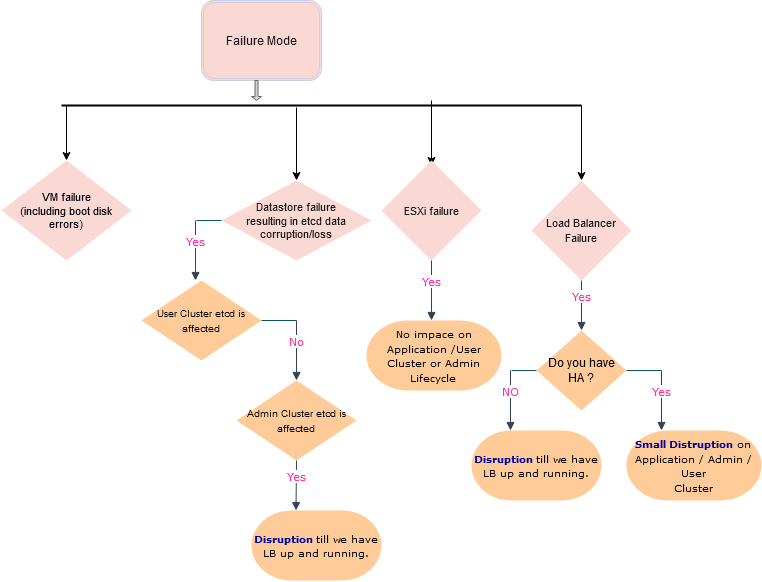
The draw.io diagram Untitled Diagram.png in prabhakarmishra/test, before a commit. Source tidied: cells renumbered, new cells last; positions are measured from the earlier drawing's top-left corner, leaving out a move shared by most shapes.
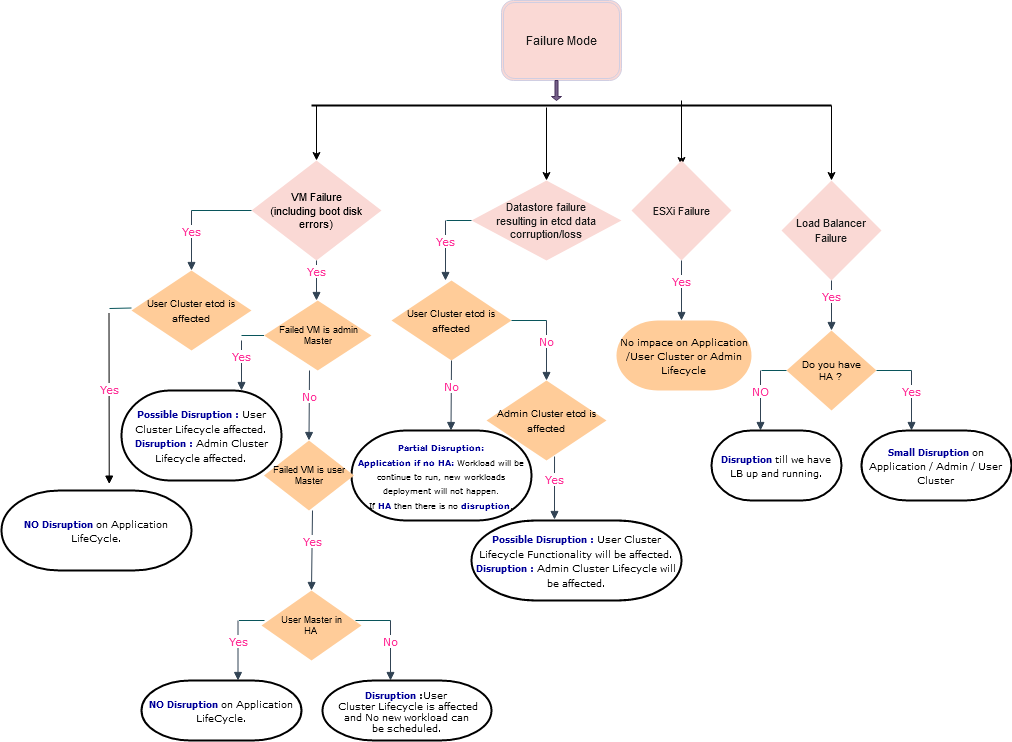
Later version of the same file.

The edit, as a diff of the source:
```diff
@@ -3,7 +3,7 @@
     <mxCell id="0" />
     <mxCell id="1" parent="0" />
     <mxCell id="2" value="&lt;font style=&quot;font-size: 12px&quot;&gt;Failure Mode&lt;/font&gt;" style="shape=ext;double=1;rounded=1;whiteSpace=wrap;html=1;sketch=0;strokeColor=#D0CEE2;fillColor=#FAD9D5;fontColor=#1A1A1A;" parent="1" vertex="1">
-      <mxGeometry x="200" width="120" height="80" as="geometry" />
+      <mxGeometry x="250" width="120" height="80" as="geometry" />
     </mxCell>
     <mxCell id="3" style="line;strokeWidth=2;html=1;rounded=0;sketch=0;fillColor=#FAD9D5;fontColor=#1A1A1A;" parent="1" vertex="1">
       <mxGeometry x="60" y="100" width="520" height="10" as="geometry" />
@@ -23,20 +23,20 @@
         <mxPoint x="430" y="165" as="targetPoint" />
       </mxGeometry>
     </mxCell>
-    <mxCell id="7" value="&lt;div style=&quot;font-size: 11px&quot;&gt;&lt;font style=&quot;font-size: 11px&quot;&gt;VM failure&lt;/font&gt;&lt;/div&gt;&lt;div style=&quot;font-size: 11px&quot;&gt;&lt;font style=&quot;font-size: 11px&quot;&gt;(including boot disk errors)&lt;/font&gt;&lt;/div&gt;" style="strokeWidth=2;html=1;shape=mxgraph.flowchart.decision;whiteSpace=wrap;rounded=0;sketch=0;fillColor=#fad9d5;strokeColor=none;" parent="1" vertex="1">
+    <mxCell id="7" value="&lt;div style=&quot;font-size: 11px&quot;&gt;&lt;font style=&quot;font-size: 11px&quot;&gt;VM Failure&lt;/font&gt;&lt;/div&gt;&lt;div style=&quot;font-size: 11px&quot;&gt;&lt;font style=&quot;font-size: 11px&quot;&gt;(including boot disk errors)&lt;/font&gt;&lt;/div&gt;" style="strokeWidth=2;html=1;shape=mxgraph.flowchart.decision;whiteSpace=wrap;rounded=0;sketch=0;fillColor=#fad9d5;strokeColor=none;" parent="1" vertex="1">
       <mxGeometry y="160" width="130" height="100" as="geometry" />
     </mxCell>
     <mxCell id="8" value="&lt;div style=&quot;font-size: 11px&quot;&gt;&lt;font style=&quot;font-size: 11px&quot;&gt;Datastore failure&lt;/font&gt;&lt;/div&gt;&lt;div style=&quot;font-size: 11px&quot;&gt;&lt;font style=&quot;font-size: 11px&quot;&gt;resulting in etcd data corruption/loss&lt;br&gt;&lt;/font&gt;&lt;/div&gt;" style="strokeWidth=2;html=1;shape=mxgraph.flowchart.decision;whiteSpace=wrap;rounded=0;sketch=0;fillColor=#FAD9D5;fontColor=#1A1A1A;strokeColor=none;" parent="1" vertex="1">
       <mxGeometry x="220" y="180" width="150" height="80" as="geometry" />
     </mxCell>
-    <mxCell id="9" value="&lt;font style=&quot;font-size: 11px&quot;&gt;ESXi failure&lt;/font&gt;" style="strokeWidth=2;html=1;shape=mxgraph.flowchart.decision;whiteSpace=wrap;rounded=0;sketch=0;fillColor=#FAD9D5;fontColor=#1A1A1A;strokeColor=none;" parent="1" vertex="1">
+    <mxCell id="9" value="&lt;font style=&quot;font-size: 11px&quot;&gt;ESXi Failure&lt;/font&gt;" style="strokeWidth=2;html=1;shape=mxgraph.flowchart.decision;whiteSpace=wrap;rounded=0;sketch=0;fillColor=#FAD9D5;fontColor=#1A1A1A;strokeColor=none;" parent="1" vertex="1">
       <mxGeometry x="380" y="160" width="100" height="100" as="geometry" />
     </mxCell>
     <mxCell id="10" value="&lt;font style=&quot;font-size: 11px&quot;&gt;Load Balancer Failure&lt;/font&gt;" style="strokeWidth=2;html=1;shape=mxgraph.flowchart.decision;whiteSpace=wrap;rounded=0;sketch=0;fillColor=#FAD9D5;fontColor=#1A1A1A;strokeColor=none;" parent="1" vertex="1">
       <mxGeometry x="530" y="180" width="100" height="100" as="geometry" />
     </mxCell>
-    <mxCell id="11" style="shape=singleArrow;direction=south;whiteSpace=wrap;html=1;rounded=0;sketch=0;strokeColor=#666666;fillColor=#f5f5f5;gradientColor=#b3b3b3;" parent="1" vertex="1">
-      <mxGeometry x="250" y="80" width="10" height="20" as="geometry" />
+    <mxCell id="11" style="shape=singleArrow;direction=south;whiteSpace=wrap;html=1;rounded=0;sketch=0;strokeColor=#432D57;fillColor=#76608a;fontColor=#ffffff;" parent="1" vertex="1">
+      <mxGeometry x="300" y="80" width="10" height="20" as="geometry" />
     </mxCell>
     <mxCell id="12" value="Yes" style="html=1;verticalAlign=bottom;endArrow=block;strokeColor=#314354;fontFamily=Verdana;fontColor=#FF3399;fillColor=#647687;" parent="1" edge="1">
       <mxGeometry relative="1" as="geometry">
@@ -44,7 +44,7 @@
         <mxPoint x="580" y="330" as="targetPoint" />
       </mxGeometry>
     </mxCell>
-    <mxCell id="13" value="&lt;div&gt;Do you have&lt;/div&gt;&lt;div&gt;HA ?&lt;br&gt;&lt;/div&gt;" style="strokeWidth=2;html=1;shape=mxgraph.flowchart.decision;whiteSpace=wrap;rounded=0;sketch=0;fillColor=#ffcc99;strokeColor=none;" parent="1" vertex="1">
+    <mxCell id="13" value="&lt;div style=&quot;font-size: 10px&quot;&gt;&lt;font style=&quot;font-size: 10px&quot;&gt;Do you have&lt;/font&gt;&lt;/div&gt;&lt;div style=&quot;font-size: 10px&quot;&gt;&lt;font style=&quot;font-size: 10px&quot;&gt;HA ?&lt;br&gt;&lt;/font&gt;&lt;/div&gt;" style="strokeWidth=2;html=1;shape=mxgraph.flowchart.decision;whiteSpace=wrap;rounded=0;sketch=0;fillColor=#ffcc99;strokeColor=none;" parent="1" vertex="1">
       <mxGeometry x="535" y="330" width="90" height="80" as="geometry" />
     </mxCell>
     <mxCell id="14" value="Yes" style="html=1;verticalAlign=bottom;endArrow=block;strokeColor=#314354;fontFamily=Verdana;fontColor=#FF3399;fillColor=#647687;" parent="1" edge="1">
@@ -69,11 +69,11 @@
         <mxPoint x="510" y="370" as="sourcePoint" />
       </mxGeometry>
     </mxCell>
-    <mxCell id="18" value="&lt;font style=&quot;font-size: 10px&quot;&gt;&lt;b&gt;&lt;font color=&quot;#000099&quot;&gt;Small Distruption&lt;/font&gt;&lt;/b&gt; on&lt;br&gt;&lt;font style=&quot;font-size: 10px&quot;&gt;Application / Admin / User&lt;/font&gt;&lt;br&gt;Cluster&lt;br&gt;&lt;/font&gt;" style="strokeWidth=2;html=1;shape=mxgraph.flowchart.terminator;whiteSpace=wrap;rounded=0;sketch=0;fontFamily=Verdana;fillColor=#ffcc99;strokeColor=none;" parent="1" vertex="1">
-      <mxGeometry x="625" y="430" width="135" height="70" as="geometry" />
+    <mxCell id="18" value="&lt;font style=&quot;font-size: 9px&quot;&gt;&lt;b&gt;&lt;font style=&quot;font-size: 9px&quot; color=&quot;#000099&quot;&gt;Small &lt;/font&gt;&lt;/b&gt;&lt;/font&gt;&lt;font style=&quot;font-size: 9px&quot;&gt;&lt;b&gt;&lt;font style=&quot;font-size: 9px&quot; color=&quot;#000099&quot;&gt;&lt;font style=&quot;font-size: 9px&quot;&gt;&lt;b&gt;&lt;font style=&quot;font-size: 9px&quot; color=&quot;#000099&quot;&gt;Disruption &lt;/font&gt;&lt;/b&gt;&lt;/font&gt;&lt;/font&gt;&lt;/b&gt;on&lt;br&gt;&lt;font style=&quot;font-size: 9px&quot;&gt;Application / Admin / User&lt;/font&gt;&lt;br&gt;Cluster&lt;br&gt;&lt;/font&gt;" style="strokeWidth=2;html=1;shape=mxgraph.flowchart.terminator;whiteSpace=wrap;rounded=0;sketch=0;fontFamily=Verdana;" parent="1" vertex="1">
+      <mxGeometry x="610" y="430" width="150" height="70" as="geometry" />
     </mxCell>
-    <mxCell id="19" value="&lt;font style=&quot;font-size: 10px&quot;&gt;&lt;font color=&quot;#000099&quot;&gt;&lt;b&gt;Disruption &lt;/b&gt;&lt;/font&gt;till we have&lt;br&gt;LB up and running.&lt;br&gt;&lt;/font&gt;" style="strokeWidth=2;html=1;shape=mxgraph.flowchart.terminator;whiteSpace=wrap;rounded=0;sketch=0;fontFamily=Verdana;fillColor=#ffcc99;strokeColor=none;" parent="1" vertex="1">
-      <mxGeometry x="470" y="430" width="130" height="70" as="geometry" />
+    <mxCell id="19" value="&lt;font style=&quot;font-size: 9px&quot;&gt;&lt;font style=&quot;font-size: 9px&quot; color=&quot;#000099&quot;&gt;&lt;b&gt;&lt;font style=&quot;font-size: 9px&quot;&gt;&lt;b&gt;&lt;font style=&quot;font-size: 9px&quot; color=&quot;#000099&quot;&gt;Disruption &lt;/font&gt;&lt;/b&gt;&lt;/font&gt;&lt;/b&gt;&lt;/font&gt;till we have&lt;br&gt;LB up and running.&lt;br&gt;&lt;/font&gt;" style="strokeWidth=2;html=1;shape=mxgraph.flowchart.terminator;whiteSpace=wrap;rounded=0;sketch=0;fontFamily=Verdana;" parent="1" vertex="1">
+      <mxGeometry x="460" y="430" width="130" height="70" as="geometry" />
     </mxCell>
     <mxCell id="20" value="Yes" style="html=1;verticalAlign=bottom;endArrow=block;strokeColor=#314354;fontFamily=Verdana;fontColor=#FF3399;fillColor=#647687;" parent="1" edge="1">
       <mxGeometry relative="1" as="geometry">
@@ -81,7 +81,7 @@
         <mxPoint x="430" y="320" as="targetPoint" />
       </mxGeometry>
     </mxCell>
-    <mxCell id="21" value="&lt;font style=&quot;font-size: 10px&quot;&gt;No impace on Application /User Cluster or Admin Lifecycle&lt;br&gt;&lt;/font&gt;" style="strokeWidth=2;html=1;shape=mxgraph.flowchart.terminator;whiteSpace=wrap;rounded=0;sketch=0;fontFamily=Verdana;fillColor=#ffcc99;strokeColor=none;" parent="1" vertex="1">
+    <mxCell id="21" value="&lt;font style=&quot;font-size: 9px&quot;&gt;&lt;font style=&quot;font-size: 9px&quot;&gt;No impace on Application /User Cluster or Admin Lifecycle&lt;/font&gt;&lt;br&gt;&lt;/font&gt;" style="strokeWidth=2;html=1;shape=mxgraph.flowchart.terminator;whiteSpace=wrap;rounded=0;sketch=0;fontFamily=Verdana;fillColor=#ffcc99;strokeColor=none;" parent="1" vertex="1">
       <mxGeometry x="365" y="320" width="135" height="70" as="geometry" />
     </mxCell>
     <mxCell id="22" style="html=1;labelBackgroundColor=#ffffff;endArrow=classic;endFill=1;endSize=6;jettySize=auto;strokeWidth=1;fontSize=14;entryX=0.5;entryY=0;entryDx=0;entryDy=0;entryPerimeter=0;" parent="1" edge="1" target="8">
@@ -119,13 +119,119 @@
     <mxCell id="28" value="&lt;font style=&quot;font-size: 10px&quot;&gt;Admin Cluster etcd is affected&lt;br&gt;&lt;/font&gt;" style="strokeWidth=2;html=1;shape=mxgraph.flowchart.decision;whiteSpace=wrap;rounded=0;sketch=0;fillColor=#ffcc99;strokeColor=none;" parent="1" vertex="1">
       <mxGeometry x="235" y="380" width="120" height="80" as="geometry" />
     </mxCell>
-    <mxCell id="29" value="Yes" style="html=1;verticalAlign=bottom;endArrow=block;strokeColor=#314354;fontFamily=Verdana;fontColor=#FF3399;fillColor=#647687;exitX=0.5;exitY=1;exitDx=0;exitDy=0;exitPerimeter=0;" parent="1" edge="1" source="28">
+    <mxCell id="29" value="Yes" style="html=1;verticalAlign=bottom;endArrow=block;strokeColor=#314354;fontFamily=Verdana;fontColor=#FF3399;fillColor=#647687;exitX=0.567;exitY=0.95;exitDx=0;exitDy=0;exitPerimeter=0;" parent="1" edge="1" source="28">
       <mxGeometry relative="1" as="geometry">
-        <mxPoint x="294.5" y="510" as="targetPoint" />
+        <mxPoint x="303" y="519" as="targetPoint" />
       </mxGeometry>
     </mxCell>
-    <mxCell id="30" value="&lt;font style=&quot;font-size: 10px&quot;&gt;&lt;font color=&quot;#000099&quot;&gt;&lt;b&gt;Disruption &lt;/b&gt;&lt;/font&gt;till we have&lt;br&gt;LB up and running.&lt;br&gt;&lt;/font&gt;" style="strokeWidth=2;html=1;shape=mxgraph.flowchart.terminator;whiteSpace=wrap;rounded=0;sketch=0;fontFamily=Verdana;fillColor=#ffcc99;strokeColor=none;" parent="1" vertex="1">
-      <mxGeometry x="250" y="510" width="130" height="70" as="geometry" />
+    <mxCell id="30" value="&lt;font style=&quot;font-size: 9px&quot;&gt;&lt;b&gt;&lt;font style=&quot;font-size: 9px&quot; color=&quot;#000099&quot;&gt;Possible Disruption : &lt;/font&gt;&lt;/b&gt;User Cluster Lifecycle Functionality will be affected.&lt;br&gt;&lt;font style=&quot;font-size: 9px&quot; color=&quot;#000099&quot;&gt;&lt;b&gt;Disruption :&lt;/b&gt;&lt;/font&gt; Admin Cluster Lifecycle will be affected.&lt;font style=&quot;font-size: 9px&quot;&gt;&lt;br&gt;&lt;/font&gt;&lt;/font&gt;" style="strokeWidth=2;html=1;shape=mxgraph.flowchart.terminator;whiteSpace=wrap;rounded=0;sketch=0;fontFamily=Verdana;" parent="1" vertex="1">
+      <mxGeometry x="220" y="520" width="210" height="80" as="geometry" />
     </mxCell>
+    <mxCell id="31" value="No" style="html=1;verticalAlign=bottom;endArrow=block;strokeColor=#314354;fontFamily=Verdana;fontColor=#FF3399;fillColor=#647687;exitX=0.5;exitY=1;exitDx=0;exitDy=0;exitPerimeter=0;" parent="1" edge="1" source="25">
+      <mxGeometry relative="1" as="geometry">
+        <mxPoint x="199.5" y="430" as="targetPoint" />
+      </mxGeometry>
+    </mxCell>
+    <mxCell id="32" value="&lt;font style=&quot;font-size: 8px&quot;&gt;&lt;b&gt;&lt;font style=&quot;font-size: 8px&quot; color=&quot;#000099&quot;&gt;Partial Disruption: &lt;/font&gt;&lt;/b&gt;&lt;br&gt;&lt;font style=&quot;font-size: 8px&quot; color=&quot;#000099&quot;&gt;&lt;b&gt;Application if no HA:&lt;/b&gt;&lt;/font&gt; Workload will be continue to run, new workloads deployment will not happen.&lt;br&gt;If &lt;b&gt;&lt;font style=&quot;font-size: 8px&quot; color=&quot;#000099&quot;&gt;HA &lt;/font&gt;&lt;/b&gt;then there is no &lt;b&gt;&lt;font style=&quot;font-size: 8px&quot; color=&quot;#000099&quot;&gt;disruption&lt;/font&gt;&lt;/b&gt;.&lt;/font&gt;" style="strokeWidth=2;html=1;shape=mxgraph.flowchart.terminator;whiteSpace=wrap;rounded=0;sketch=0;fontFamily=Verdana;" parent="1" vertex="1">
+      <mxGeometry x="100" y="430" width="180" height="90" as="geometry" />
+    </mxCell>
+    <mxCell id="33" value="&lt;div style=&quot;font-size: 9px&quot;&gt;&lt;font style=&quot;font-size: 9px&quot;&gt;Failed VM is admin&lt;/font&gt;&lt;/div&gt;&lt;div style=&quot;font-size: 9px&quot;&gt;&lt;font style=&quot;font-size: 9px&quot;&gt;Master&lt;br&gt;&lt;/font&gt;&lt;/div&gt;" style="strokeWidth=2;html=1;shape=mxgraph.flowchart.decision;whiteSpace=wrap;rounded=0;sketch=0;fillColor=#ffcc99;strokeColor=none;" parent="1" vertex="1">
+      <mxGeometry x="12.5" y="300" width="107.5" height="70" as="geometry" />
+    </mxCell>
+    <mxCell id="34" value="Yes" style="html=1;verticalAlign=bottom;endArrow=block;strokeColor=#314354;fontFamily=Verdana;fontColor=#FF3399;fillColor=#647687;" parent="1" edge="1">
+      <mxGeometry relative="1" as="geometry">
+        <mxPoint x="65" y="260" as="sourcePoint" />
+        <mxPoint x="65" y="300" as="targetPoint" />
+      </mxGeometry>
+    </mxCell>
+    <mxCell id="35" value="Yes" style="html=1;verticalAlign=bottom;endArrow=block;strokeColor=#314354;fontFamily=Verdana;fontColor=#FF3399;fillColor=#647687;" parent="1" edge="1">
+      <mxGeometry relative="1" as="geometry">
+        <mxPoint x="-60" y="210" as="sourcePoint" />
+        <mxPoint x="-60" y="270" as="targetPoint" />
+      </mxGeometry>
+    </mxCell>
+    <mxCell id="36" style="endArrow=none;html=1;strokeColor=#09555B;fontFamily=Verdana;fontColor=#FF3399;entryX=0;entryY=0.5;entryDx=0;entryDy=0;entryPerimeter=0;" parent="1" edge="1">
+      <mxGeometry relative="1" as="geometry">
+        <mxPoint x="-60" y="210" as="sourcePoint" />
+        <mxPoint y="210" as="targetPoint" />
+      </mxGeometry>
+    </mxCell>
+    <mxCell id="37" value="&lt;font style=&quot;font-size: 10px&quot;&gt;User Cluster etcd is affected&lt;br&gt;&lt;/font&gt;" style="strokeWidth=2;html=1;shape=mxgraph.flowchart.decision;whiteSpace=wrap;rounded=0;sketch=0;fillColor=#ffcc99;strokeColor=none;" parent="1" vertex="1">
+      <mxGeometry x="-120" y="270" width="120" height="80" as="geometry" />
+    </mxCell>
+    <mxCell id="38" value="Yes" style="html=1;verticalAlign=bottom;endArrow=block;strokeColor=#314354;fontFamily=Verdana;fontColor=#FF3399;fillColor=#647687;" parent="1" edge="1">
+      <mxGeometry relative="1" as="geometry">
+        <mxPoint x="-10" y="340" as="sourcePoint" />
+        <mxPoint x="-10" y="390" as="targetPoint" />
+      </mxGeometry>
+    </mxCell>
+    <mxCell id="39" style="endArrow=none;html=1;strokeColor=#09555B;fontFamily=Verdana;fontColor=#FF3399;entryX=0;entryY=0.5;entryDx=0;entryDy=0;entryPerimeter=0;" parent="1" edge="1" target="33">
+      <mxGeometry relative="1" as="geometry">
+        <mxPoint x="-10" y="335" as="sourcePoint" />
+      </mxGeometry>
+    </mxCell>
+    <mxCell id="40" value="No" style="html=1;verticalAlign=bottom;endArrow=block;strokeColor=#314354;fontFamily=Verdana;fontColor=#FF3399;fillColor=#647687;entryX=0.5;entryY=0;entryDx=0;entryDy=0;entryPerimeter=0;" parent="1" edge="1" target="41">
+      <mxGeometry relative="1" as="geometry">
+        <mxPoint x="58" y="370" as="sourcePoint" />
+      </mxGeometry>
+    </mxCell>
+    <mxCell id="41" value="&lt;div style=&quot;font-size: 9px&quot;&gt;&lt;font style=&quot;font-size: 9px&quot;&gt;Failed VM is user&lt;/font&gt;&lt;/div&gt;&lt;div style=&quot;font-size: 9px&quot;&gt;&lt;font style=&quot;font-size: 9px&quot;&gt;Master&lt;br&gt;&lt;/font&gt;&lt;/div&gt;" style="strokeWidth=2;html=1;shape=mxgraph.flowchart.decision;whiteSpace=wrap;rounded=0;sketch=0;fillColor=#ffcc99;strokeColor=none;" parent="1" vertex="1">
+      <mxGeometry x="12.5" y="440" width="90" height="70" as="geometry" />
+    </mxCell>
+    <mxCell id="42" value="Yes" style="html=1;verticalAlign=bottom;endArrow=block;strokeColor=#314354;fontFamily=Verdana;fontColor=#FF3399;fillColor=#647687;entryX=0.5;entryY=0;entryDx=0;entryDy=0;entryPerimeter=0;" parent="1" edge="1" target="43">
+      <mxGeometry relative="1" as="geometry">
+        <mxPoint x="61" y="510" as="sourcePoint" />
+      </mxGeometry>
+    </mxCell>
+    <mxCell id="43" value="&lt;div style=&quot;font-size: 9px&quot;&gt;&lt;font style=&quot;font-size: 9px&quot;&gt;User Master in&lt;/font&gt;&lt;/div&gt;&lt;div style=&quot;font-size: 9px&quot;&gt;&lt;font style=&quot;font-size: 9px&quot;&gt;HA&lt;br&gt;&lt;/font&gt;&lt;/div&gt;" style="strokeWidth=2;html=1;shape=mxgraph.flowchart.decision;whiteSpace=wrap;rounded=0;sketch=0;fillColor=#ffcc99;strokeColor=none;" parent="1" vertex="1">
+      <mxGeometry x="10" y="590" width="100" height="70" as="geometry" />
+    </mxCell>
+    <mxCell id="44" value="Yes" style="html=1;verticalAlign=bottom;endArrow=block;fontFamily=Verdana;fontColor=#FF3399;fillColor=#647687;entryX=0.567;entryY=-0.08;entryDx=0;entryDy=0;entryPerimeter=0;rounded=0;" parent="1" edge="1" target="46">
+      <mxGeometry relative="1" as="geometry">
+        <mxPoint x="-142.5" y="312.5" as="sourcePoint" />
+      </mxGeometry>
+    </mxCell>
+    <mxCell id="45" style="endArrow=none;html=1;strokeColor=#09555B;fontFamily=Verdana;fontColor=#FF3399;entryX=0;entryY=0.5;entryDx=0;entryDy=0;entryPerimeter=0;" parent="1" edge="1">
+      <mxGeometry relative="1" as="geometry">
+        <mxPoint x="-142" y="308" as="sourcePoint" />
+        <mxPoint x="-120" y="307.5" as="targetPoint" />
+      </mxGeometry>
+    </mxCell>
+    <mxCell id="46" value="&lt;font style=&quot;font-size: 9px&quot;&gt;&lt;font style=&quot;font-size: 9px&quot; color=&quot;#000099&quot;&gt;&lt;b&gt;&lt;font style=&quot;font-size: 9px&quot;&gt;&lt;b&gt;&lt;font style=&quot;font-size: 9px&quot; color=&quot;#000099&quot;&gt;NO Disruption &lt;/font&gt;&lt;/b&gt;&lt;/font&gt;&lt;/b&gt;&lt;font style=&quot;font-size: 9px&quot; color=&quot;#000000&quot;&gt;&lt;font style=&quot;font-size: 9px&quot;&gt;on Application LifeCycle&lt;/font&gt;&lt;/font&gt;&lt;/font&gt;.&lt;br&gt;&lt;/font&gt;" style="strokeWidth=2;html=1;shape=mxgraph.flowchart.terminator;whiteSpace=wrap;rounded=0;sketch=0;fontFamily=Verdana;" parent="1" vertex="1">
+      <mxGeometry x="-250" y="490" width="190" height="80" as="geometry" />
+    </mxCell>
+    <mxCell id="47" value="&lt;font style=&quot;font-size: 9px&quot;&gt;&lt;b&gt;&lt;font style=&quot;font-size: 9px&quot; color=&quot;#000099&quot;&gt;Possible Disruption : &lt;/font&gt;&lt;/b&gt;User Cluster Lifecycle affected.&lt;br&gt;&lt;font style=&quot;font-size: 9px&quot; color=&quot;#000099&quot;&gt;&lt;b&gt;Disruption :&lt;/b&gt;&lt;/font&gt; Admin Cluster Lifecycle affected.&lt;font style=&quot;font-size: 9px&quot;&gt;&lt;br&gt;&lt;/font&gt;&lt;/font&gt;" style="strokeWidth=2;html=1;shape=mxgraph.flowchart.terminator;whiteSpace=wrap;rounded=0;sketch=0;fontFamily=Verdana;" parent="1" vertex="1">
+      <mxGeometry x="-130" y="390" width="160" height="90" as="geometry" />
+    </mxCell>
+    <mxCell id="48" value="No" style="html=1;verticalAlign=bottom;endArrow=block;strokeColor=#314354;fontFamily=Verdana;fontColor=#FF3399;fillColor=#647687;" parent="1" edge="1">
+      <mxGeometry relative="1" as="geometry">
+        <mxPoint x="139" y="620" as="sourcePoint" />
+        <mxPoint x="139" y="680" as="targetPoint" />
+      </mxGeometry>
+    </mxCell>
+    <mxCell id="49" style="endArrow=none;html=1;strokeColor=#09555B;fontFamily=Verdana;fontColor=#FF3399;entryX=1;entryY=0.5;entryDx=0;entryDy=0;entryPerimeter=0;" parent="1" edge="1">
+      <mxGeometry relative="1" as="geometry">
+        <mxPoint x="139" y="620" as="sourcePoint" />
+        <mxPoint x="104" y="620" as="targetPoint" />
+      </mxGeometry>
+    </mxCell>
+    <mxCell id="50" value="Yes" style="html=1;verticalAlign=bottom;endArrow=block;strokeColor=#314354;fontFamily=Verdana;fontColor=#FF3399;fillColor=#647687;" parent="1" edge="1">
+      <mxGeometry relative="1" as="geometry">
+        <mxPoint x="-13.5" y="620" as="sourcePoint" />
+        <mxPoint x="-13.5" y="680" as="targetPoint" />
+      </mxGeometry>
+    </mxCell>
+    <mxCell id="51" style="endArrow=none;html=1;strokeColor=#09555B;fontFamily=Verdana;fontColor=#FF3399;" parent="1" edge="1">
+      <mxGeometry relative="1" as="geometry">
+        <mxPoint x="-12.5" y="620" as="sourcePoint" />
+        <mxPoint x="13" y="620" as="targetPoint" />
+      </mxGeometry>
+    </mxCell>
+    <mxCell id="52" value="&lt;font style=&quot;font-size: 9px&quot;&gt;&lt;font style=&quot;font-size: 9px&quot; color=&quot;#000099&quot;&gt;&lt;b&gt;&lt;font style=&quot;font-size: 9px&quot;&gt;&lt;b&gt;&lt;font style=&quot;font-size: 9px&quot; color=&quot;#000099&quot;&gt;NO Disruption &lt;/font&gt;&lt;/b&gt;&lt;/font&gt;&lt;/b&gt;&lt;font style=&quot;font-size: 9px&quot; color=&quot;#000000&quot;&gt;&lt;font style=&quot;font-size: 9px&quot;&gt;on Application LifeCycle&lt;/font&gt;&lt;/font&gt;&lt;/font&gt;.&lt;br&gt;&lt;/font&gt;" style="strokeWidth=2;html=1;shape=mxgraph.flowchart.terminator;whiteSpace=wrap;rounded=0;sketch=0;fontFamily=Verdana;" parent="1" vertex="1">
+      <mxGeometry x="-110" y="680" width="160" height="60" as="geometry" />
+    </mxCell>
+    <mxCell id="53" value="&lt;font style=&quot;font-size: 9px&quot;&gt;&lt;font style=&quot;font-size: 9px&quot; color=&quot;#000099&quot;&gt;&lt;b&gt;&lt;font style=&quot;font-size: 9px&quot;&gt;&lt;b&gt;&lt;font style=&quot;font-size: 9px&quot; color=&quot;#000099&quot;&gt;Disruption &lt;font style=&quot;font-size: 9px&quot; color=&quot;#000000&quot;&gt;:&lt;/font&gt;&lt;/font&gt;&lt;/b&gt;&lt;/font&gt;&lt;/b&gt;&lt;font style=&quot;font-size: 9px&quot; color=&quot;#000000&quot;&gt;&lt;font style=&quot;font-size: 9px&quot;&gt;User&lt;/font&gt;&lt;/font&gt;&lt;/font&gt;&lt;br&gt;&lt;/font&gt;&lt;div style=&quot;font-size: 9px&quot;&gt;&lt;font style=&quot;font-size: 9px&quot;&gt;&amp;nbsp;Cluster Lifecycle is affected&lt;/font&gt;&lt;/div&gt;&lt;div style=&quot;font-size: 9px&quot;&gt;&lt;font style=&quot;font-size: 9px&quot;&gt;and No new workload can&lt;/font&gt;&lt;/div&gt;&lt;div style=&quot;font-size: 9px&quot;&gt;&lt;font style=&quot;font-size: 9px&quot;&gt;be scheduled.&lt;/font&gt;&lt;br&gt;&lt;/div&gt;" style="strokeWidth=2;html=1;shape=mxgraph.flowchart.terminator;whiteSpace=wrap;rounded=0;sketch=0;fontFamily=Verdana;" parent="1" vertex="1">
+      <mxGeometry x="71" y="680" width="169" height="60" as="geometry" />
+    </mxCell>
   </root>
 </mxGraphModel>
```
